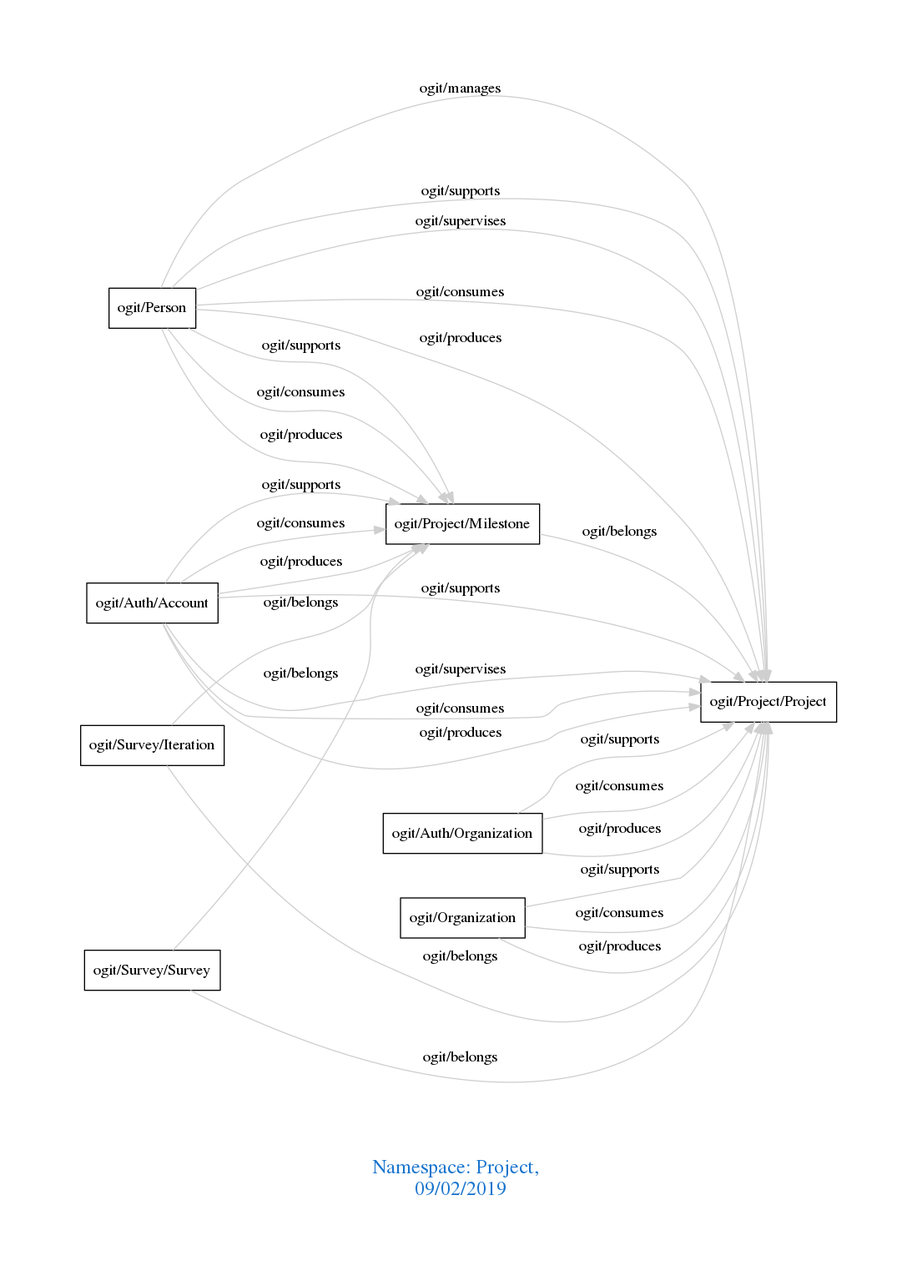
Above: downloads/Project.png in arago/OGIT (Graphviz), before the change. Its source is kept beside it as downloads/Project.dot.
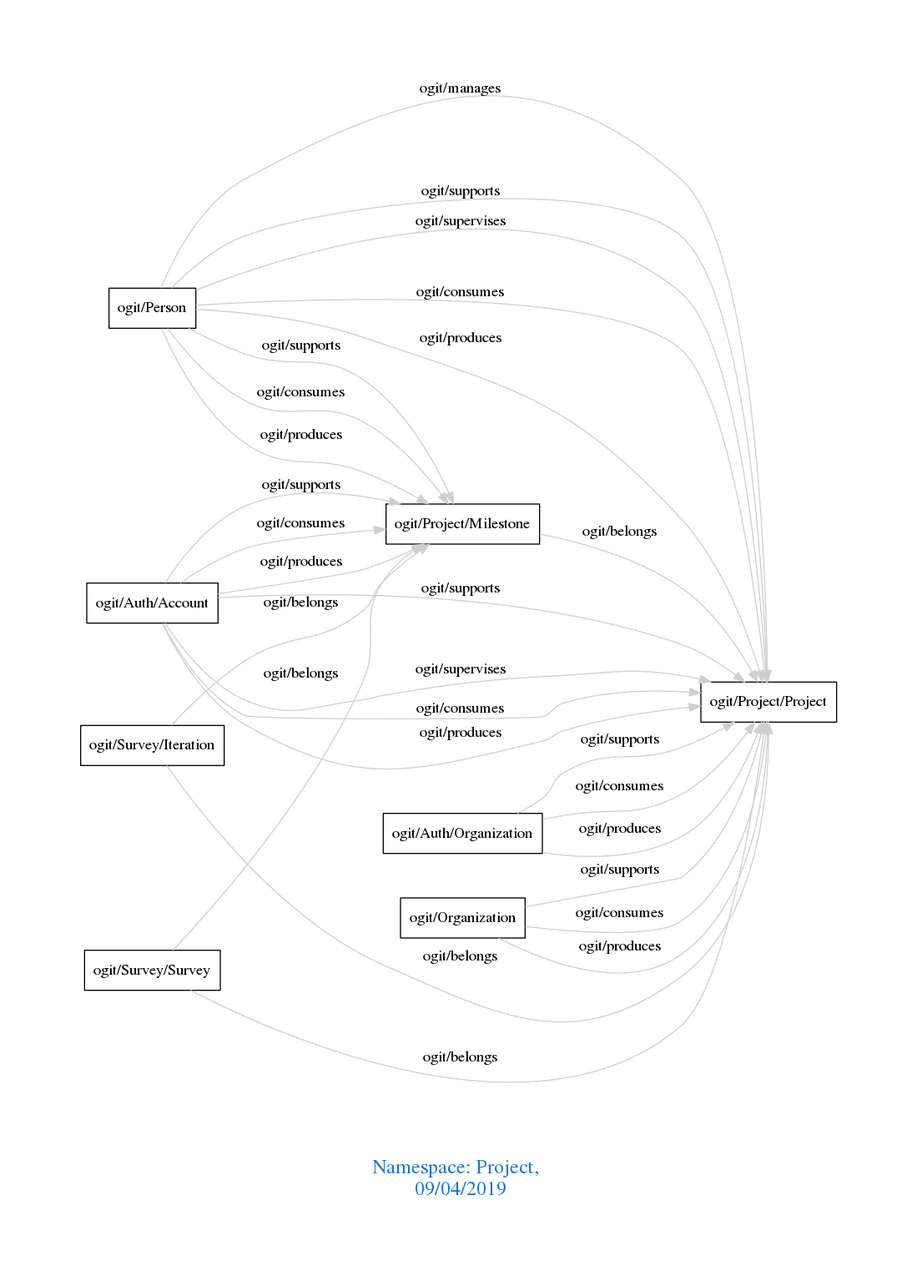
Later version of the same file.

Change to the diagram source:
```diff
@@ -1,7 +1,7 @@
 digraph OGIT_ontology {
  graph [ rankdir= LR,pad=1
 fontsize = 18,
-fontcolor= dodgerblue3,label = "\n\n\nNamespace: Project, \n 09/02/2019"];
+fontcolor= dodgerblue3,label = "\n\n\nNamespace: Project, \n 09/04/2019"];
 node[shape=polygon];
 edge [  color="gray81"];
 
```
